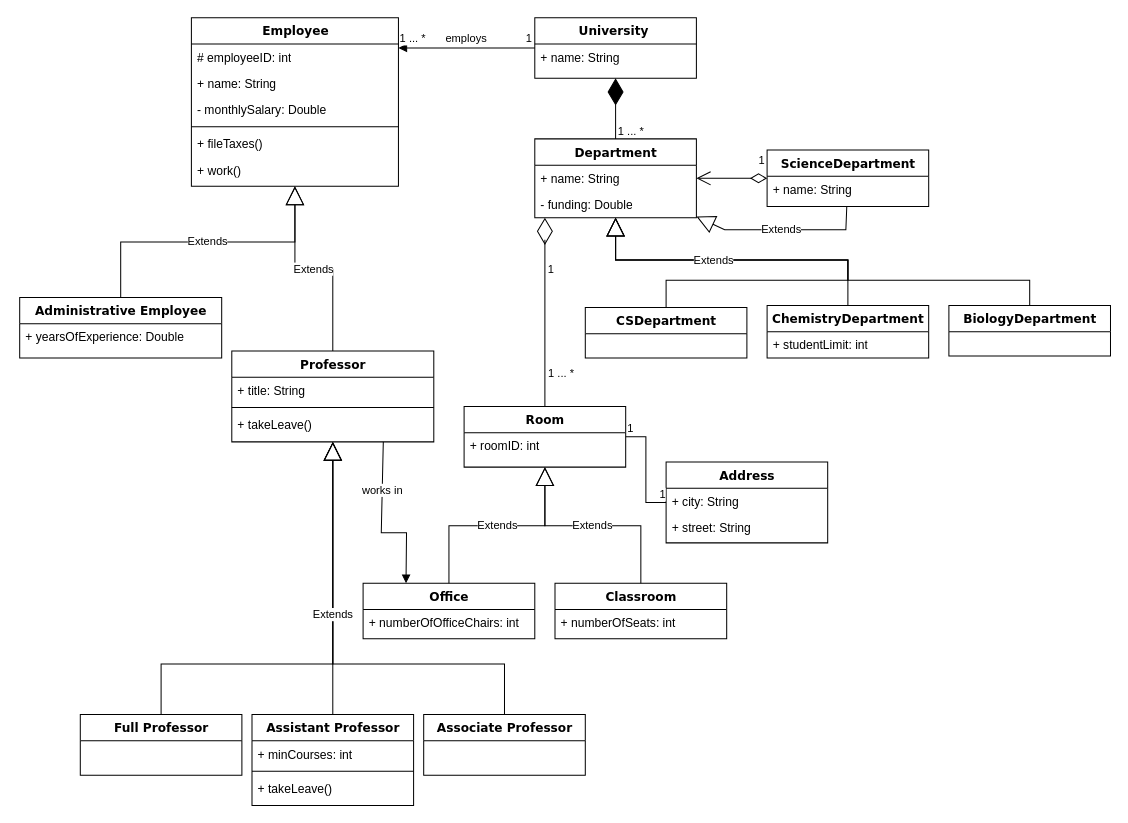
The draw.io diagram Midterm.drawio in hussain-fatmi/EESC3311, before the edit. Source tidied: cells renumbered, new cells numbered last; positions are measured from the earlier drawing's top-left corner, leaving out a move shared by most shapes. Both pictures are drawn from the tidied source at 101%, with x=0, y=0 at pixel (19, 17).
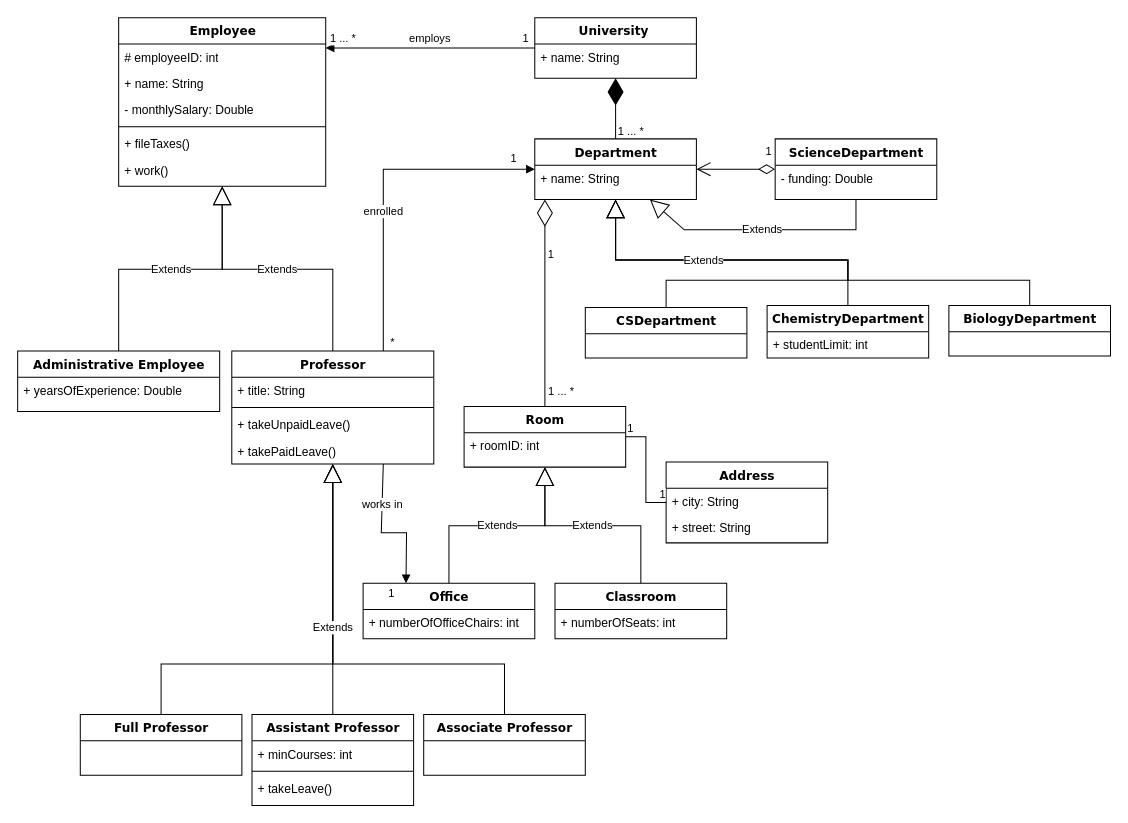
The same page after the edit.

Unchanged cells that the change refers to:
```xml
<mxCell id="16" style="endArrow=diamondThin;endFill=0;endSize=24;html=1;rounded=0;edgeStyle=elbowEdgeStyle;elbow=vertical;exitX=0.5;exitY=0;exitDx=0;exitDy=0;" parent="1" edge="1" source="8" target="46">
  <mxGeometry relative="1" as="geometry">
    <Array as="points">
      <mxPoint x="520" y="220" />
      <mxPoint x="590" y="250" />
      <mxPoint x="580" y="350" />
    </Array>
  </mxGeometry>
</mxCell>
<mxCell id="56" value="works in" style="html=1;verticalAlign=bottom;endArrow=block;rounded=0;exitX=0.75;exitY=1;exitDx=0;exitDy=0;entryX=0.25;entryY=0;entryDx=0;entryDy=0;" parent="1" edge="1" source="28" target="12">
  <mxGeometry x="-0.31" relative="1" as="geometry">
    <Array as="points">
      <mxPoint x="358" y="510" />
      <mxPoint x="383" y="510" />
    </Array>
  </mxGeometry>
</mxCell>
```

What changed in the source:
```diff
@@
     <mxCell id="6" value="ScienceDepartment" style="swimlane;html=1;fontStyle=1;align=center;verticalAlign=top;horizontal=1;startSize=26;swimlaneFillColor=#ffffff;rounded=0;shadow=0;comic=0;labelBackgroundColor=none;strokeWidth=1;fillColor=none;fontFamily=Verdana;fontSize=12;" parent="1" vertex="1">
-      <mxGeometry x="740" y="131" width="160" height="56" as="geometry" />
+      <mxGeometry x="748" y="120" width="160" height="60" as="geometry" />
     </mxCell>
-    <mxCell id="7" value="+ name: String" style="text;html=1;strokeColor=none;fillColor=none;align=left;verticalAlign=top;spacingLeft=4;spacingRight=4;whiteSpace=wrap;overflow=hidden;" parent="6" vertex="1">
-      <mxGeometry y="26" width="160" height="26" as="geometry" />
-    </mxCell>
+    <mxCell id="48" value="- funding: Double" style="text;html=1;strokeColor=none;fillColor=none;align=left;verticalAlign=top;spacingLeft=4;spacingRight=4;whiteSpace=wrap;overflow=hidden;" parent="6" vertex="1">
+      <mxGeometry y="26" width="160" height="26" as="geometry" />
+    </mxCell>
@@
     <mxCell id="18" value="1 ... *" style="edgeLabel;html=1;align=center;verticalAlign=middle;" parent="16" vertex="1">
       <mxGeometry x="-0.64" relative="1" as="geometry">
-        <mxPoint x="15" as="offset" />
+        <mxPoint x="15" y="21" as="offset" />
       </mxGeometry>
     </mxCell>
     <mxCell id="19" value="Employee" style="swimlane;html=1;fontStyle=1;align=center;verticalAlign=top;horizontal=1;startSize=26;swimlaneFillColor=#ffffff;rounded=0;shadow=0;comic=0;labelBackgroundColor=none;strokeWidth=1;fillColor=none;fontFamily=Verdana;fontSize=12;" parent="1" vertex="1">
-      <mxGeometry x="170" width="205" height="167" as="geometry" />
+      <mxGeometry x="98" width="205" height="167" as="geometry" />
     </mxCell>
@@
     <mxCell id="26" value="Administrative Employee" style="swimlane;html=1;fontStyle=1;align=center;verticalAlign=top;horizontal=1;startSize=26;swimlaneFillColor=#ffffff;rounded=0;shadow=0;comic=0;labelBackgroundColor=none;strokeWidth=1;fillColor=none;fontFamily=Verdana;fontSize=12;" parent="1" vertex="1">
-      <mxGeometry y="277" width="200" height="60" as="geometry" />
+      <mxGeometry x="-2" y="330" width="200" height="60" as="geometry" />
     </mxCell>
@@
     <mxCell id="28" value="Professor" style="swimlane;html=1;fontStyle=1;align=center;verticalAlign=top;horizontal=1;startSize=26;swimlaneFillColor=#ffffff;rounded=0;shadow=0;comic=0;labelBackgroundColor=none;strokeWidth=1;fillColor=none;fontFamily=Verdana;fontSize=12;" parent="1" vertex="1">
-      <mxGeometry x="210" y="330" width="200" height="90" as="geometry" />
+      <mxGeometry x="210" y="330" width="200" height="112" as="geometry" />
     </mxCell>
@@
+    <mxCell id="65" value="+ takeUnpaidLeave()" style="text;html=1;strokeColor=none;fillColor=none;align=left;verticalAlign=top;spacingLeft=4;spacingRight=4;whiteSpace=wrap;overflow=hidden;" parent="28" vertex="1">
+      <mxGeometry y="60" width="200" height="26" as="geometry" />
+    </mxCell>
-    <mxCell id="31" value="+ takeLeave()" style="text;html=1;strokeColor=none;fillColor=none;align=left;verticalAlign=top;spacingLeft=4;spacingRight=4;whiteSpace=wrap;overflow=hidden;" parent="28" vertex="1">
-      <mxGeometry y="60" width="200" height="26" as="geometry" />
+    <mxCell id="31" value="+ takePaidLeave()" style="text;html=1;strokeColor=none;fillColor=none;align=left;verticalAlign=top;spacingLeft=4;spacingRight=4;whiteSpace=wrap;overflow=hidden;" parent="28" vertex="1">
+      <mxGeometry y="86" width="200" height="26" as="geometry" />
     </mxCell>
@@
     <mxCell id="46" value="Department" style="swimlane;html=1;fontStyle=1;align=center;verticalAlign=top;horizontal=1;startSize=26;swimlaneFillColor=#ffffff;rounded=0;shadow=0;comic=0;labelBackgroundColor=none;strokeWidth=1;fillColor=none;fontFamily=Verdana;fontSize=12;" parent="1" vertex="1">
-      <mxGeometry x="510" y="120" width="160" height="78" as="geometry" />
+      <mxGeometry x="510" y="120" width="160" height="60" as="geometry" />
     </mxCell>
@@
-    <mxCell id="48" value="- funding: Double" style="text;html=1;strokeColor=none;fillColor=none;align=left;verticalAlign=top;spacingLeft=4;spacingRight=4;whiteSpace=wrap;overflow=hidden;" parent="46" vertex="1">
-      <mxGeometry y="52" width="160" height="26" as="geometry" />
-    </mxCell>
@@
+    <mxCell id="66" value="1" style="edgeLabel;html=1;align=center;verticalAlign=middle;" parent="56" vertex="1">
+      <mxGeometry x="-0.77" y="1" relative="1" as="geometry">
+        <mxPoint x="7" y="111" as="offset" />
+      </mxGeometry>
+    </mxCell>
@@
     <mxCell id="64" value="Extends" style="endArrow=block;endSize=16;endFill=0;html=1;rounded=0;" parent="1" edge="1" source="6" target="46">
       <mxGeometry relative="1" as="geometry">
         <Array as="points">
-          <mxPoint x="818" y="210" />
-          <mxPoint x="698" y="210" />
+          <mxPoint x="828" y="210" />
+          <mxPoint x="658" y="210" />
         </Array>
       </mxGeometry>
     </mxCell>
+    <mxCell id="67" value="enrolled" style="html=1;verticalAlign=bottom;endArrow=block;rounded=0;exitX=0.75;exitY=0;exitDx=0;exitDy=0;" parent="1" edge="1" source="28" target="46">
+      <mxGeometry x="-0.21" relative="1" as="geometry">
+        <Array as="points">
+          <mxPoint x="360" y="150" />
+        </Array>
+        <mxPoint y="1" as="offset" />
+      </mxGeometry>
+    </mxCell>
+    <mxCell id="68" value="1" style="edgeLabel;html=1;align=center;verticalAlign=middle;" parent="67" vertex="1">
+      <mxGeometry x="0.74" y="2" relative="1" as="geometry">
+        <mxPoint x="21" y="-10" as="offset" />
+      </mxGeometry>
+    </mxCell>
+    <mxCell id="69" value="*" style="edgeLabel;html=1;align=center;verticalAlign=middle;" parent="67" vertex="1">
+      <mxGeometry x="-0.89" y="-6" relative="1" as="geometry">
+        <mxPoint x="2" y="9" as="offset" />
+      </mxGeometry>
+    </mxCell>
```
